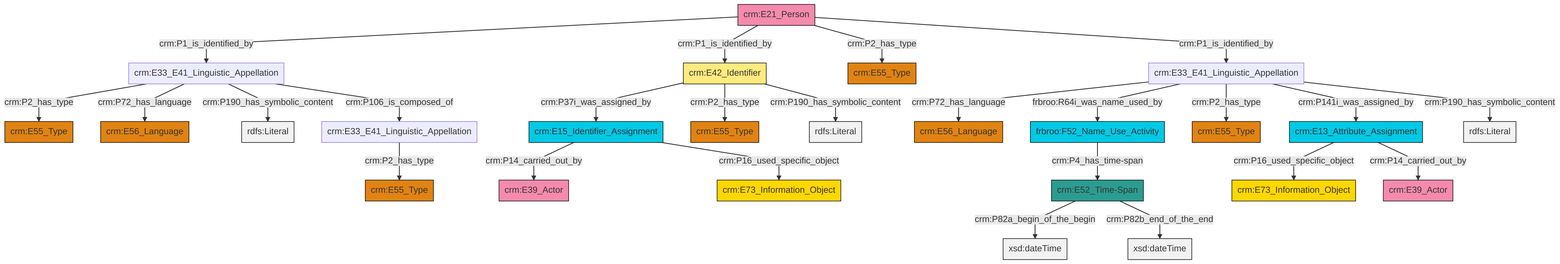
This is et/personCSV/ttl/mmd/png/Person_Names_and_Classification.png from swiss-art-research-net/docs.swissartresearch, a Mermaid export, as it was before one commit. Its source is kept beside it as et/personCSV/ttl/mmd/Person_Names_and_Classification.ttl.mmd.
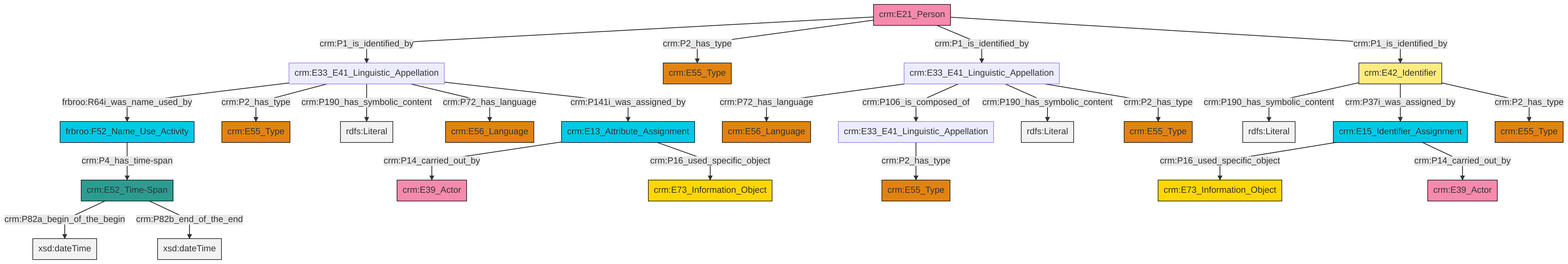
After the commit.

What changed in the source:
```diff
@@ -13,27 +13,27 @@
 classDef PC_Classes fill:#4ce600, stroke:#000000;
 classDef Multi fill:#cccccc,stroke:#000000;
 
-0["crm:E21_Person"]:::Actor -->|crm:P1_is_identified_by| 1["crm:E33_E41_Linguistic_Appellation"]:::Default
-0["crm:E21_Person"]:::Actor -->|crm:P1_is_identified_by| 2["crm:E42_Identifier"]:::Appellation
-0["crm:E21_Person"]:::Actor -->|crm:P2_has_type| 3["crm:E55_Type"]:::Type
-6["crm:E13_Attribute_Assignment"]:::Temporal_Entity -->|crm:P16_used_specific_object| 7["crm:E73_Information_Object"]:::Conceptual_Object
-4["crm:E52_Time-Span"]:::Time-Span -->|crm:P82a_begin_of_the_begin| 9[xsd:dateTime]:::Literal
-1["crm:E33_E41_Linguistic_Appellation"]:::Default -->|crm:P2_has_type| 10["crm:E55_Type"]:::Type
-21["frbroo:F52_Name_Use_Activity"]:::Temporal_Entity -->|crm:P4_has_time-span| 4["crm:E52_Time-Span"]:::Time-Span
-2["crm:E42_Identifier"]:::Appellation -->|crm:P37i_was_assigned_by| 22["crm:E15_Identifier_Assignment"]:::Temporal_Entity
-4["crm:E52_Time-Span"]:::Time-Span -->|crm:P82b_end_of_the_end| 23[xsd:dateTime]:::Literal
-22["crm:E15_Identifier_Assignment"]:::Temporal_Entity -->|crm:P14_carried_out_by| 24["crm:E39_Actor"]:::Actor
-13["crm:E33_E41_Linguistic_Appellation"]:::Default -->|crm:P72_has_language| 30["crm:E56_Language"]:::Type
-22["crm:E15_Identifier_Assignment"]:::Temporal_Entity -->|crm:P16_used_specific_object| 28["crm:E73_Information_Object"]:::Conceptual_Object
-6["crm:E13_Attribute_Assignment"]:::Temporal_Entity -->|crm:P14_carried_out_by| 34["crm:E39_Actor"]:::Actor
-19["crm:E33_E41_Linguistic_Appellation"]:::Default -->|crm:P2_has_type| 15["crm:E55_Type"]:::Type
-13["crm:E33_E41_Linguistic_Appellation"]:::Default -->|frbroo:R64i_was_name_used_by| 21["frbroo:F52_Name_Use_Activity"]:::Temporal_Entity
-13["crm:E33_E41_Linguistic_Appellation"]:::Default -->|crm:P2_has_type| 17["crm:E55_Type"]:::Type
-0["crm:E21_Person"]:::Actor -->|crm:P1_is_identified_by| 13["crm:E33_E41_Linguistic_Appellation"]:::Default
-1["crm:E33_E41_Linguistic_Appellation"]:::Default -->|crm:P72_has_language| 39["crm:E56_Language"]:::Type
-2["crm:E42_Identifier"]:::Appellation -->|crm:P2_has_type| 25["crm:E55_Type"]:::Type
-2["crm:E42_Identifier"]:::Appellation -->|crm:P190_has_symbolic_content| 40[rdfs:Literal]:::Literal
-13["crm:E33_E41_Linguistic_Appellation"]:::Default -->|crm:P141i_was_assigned_by| 6["crm:E13_Attribute_Assignment"]:::Temporal_Entity
-1["crm:E33_E41_Linguistic_Appellation"]:::Default -->|crm:P190_has_symbolic_content| 42[rdfs:Literal]:::Literal
-1["crm:E33_E41_Linguistic_Appellation"]:::Default -->|crm:P106_is_composed_of| 19["crm:E33_E41_Linguistic_Appellation"]:::Default
-13["crm:E33_E41_Linguistic_Appellation"]:::Default -->|crm:P190_has_symbolic_content| 43[rdfs:Literal]:::Literal
+4["crm:E33_E41_Linguistic_Appellation"]:::Default -->|crm:P72_has_language| 5["crm:E56_Language"]:::Type
+14["crm:E33_E41_Linguistic_Appellation"]:::Default -->|frbroo:R64i_was_name_used_by| 15["frbroo:F52_Name_Use_Activity"]:::Temporal_Entity
+0["crm:E21_Person"]:::Actor -->|crm:P1_is_identified_by| 14["crm:E33_E41_Linguistic_Appellation"]:::Default
+14["crm:E33_E41_Linguistic_Appellation"]:::Default -->|crm:P2_has_type| 20["crm:E55_Type"]:::Type
+0["crm:E21_Person"]:::Actor -->|crm:P2_has_type| 21["crm:E55_Type"]:::Type
+12["crm:E42_Identifier"]:::Appellation -->|crm:P190_has_symbolic_content| 22[rdfs:Literal]:::Literal
+4["crm:E33_E41_Linguistic_Appellation"]:::Default -->|crm:P106_is_composed_of| 6["crm:E33_E41_Linguistic_Appellation"]:::Default
+10["crm:E15_Identifier_Assignment"]:::Temporal_Entity -->|crm:P16_used_specific_object| 18["crm:E73_Information_Object"]:::Conceptual_Object
+26["crm:E13_Attribute_Assignment"]:::Temporal_Entity -->|crm:P14_carried_out_by| 2["crm:E39_Actor"]:::Actor
+12["crm:E42_Identifier"]:::Appellation -->|crm:P37i_was_assigned_by| 10["crm:E15_Identifier_Assignment"]:::Temporal_Entity
+6["crm:E33_E41_Linguistic_Appellation"]:::Default -->|crm:P2_has_type| 28["crm:E55_Type"]:::Type
+4["crm:E33_E41_Linguistic_Appellation"]:::Default -->|crm:P190_has_symbolic_content| 29[rdfs:Literal]:::Literal
+15["frbroo:F52_Name_Use_Activity"]:::Temporal_Entity -->|crm:P4_has_time-span| 31["crm:E52_Time-Span"]:::Time-Span
+4["crm:E33_E41_Linguistic_Appellation"]:::Default -->|crm:P2_has_type| 8["crm:E55_Type"]:::Type
+26["crm:E13_Attribute_Assignment"]:::Temporal_Entity -->|crm:P16_used_specific_object| 16["crm:E73_Information_Object"]:::Conceptual_Object
+10["crm:E15_Identifier_Assignment"]:::Temporal_Entity -->|crm:P14_carried_out_by| 23["crm:E39_Actor"]:::Actor
+0["crm:E21_Person"]:::Actor -->|crm:P1_is_identified_by| 4["crm:E33_E41_Linguistic_Appellation"]:::Default
+0["crm:E21_Person"]:::Actor -->|crm:P1_is_identified_by| 12["crm:E42_Identifier"]:::Appellation
+12["crm:E42_Identifier"]:::Appellation -->|crm:P2_has_type| 33["crm:E55_Type"]:::Type
+31["crm:E52_Time-Span"]:::Time-Span -->|crm:P82a_begin_of_the_begin| 40[xsd:dateTime]:::Literal
+14["crm:E33_E41_Linguistic_Appellation"]:::Default -->|crm:P190_has_symbolic_content| 43[rdfs:Literal]:::Literal
+14["crm:E33_E41_Linguistic_Appellation"]:::Default -->|crm:P72_has_language| 41["crm:E56_Language"]:::Type
+14["crm:E33_E41_Linguistic_Appellation"]:::Default -->|crm:P141i_was_assigned_by| 26["crm:E13_Attribute_Assignment"]:::Temporal_Entity
+31["crm:E52_Time-Span"]:::Time-Span -->|crm:P82b_end_of_the_end| 45[xsd:dateTime]:::Literal
```
